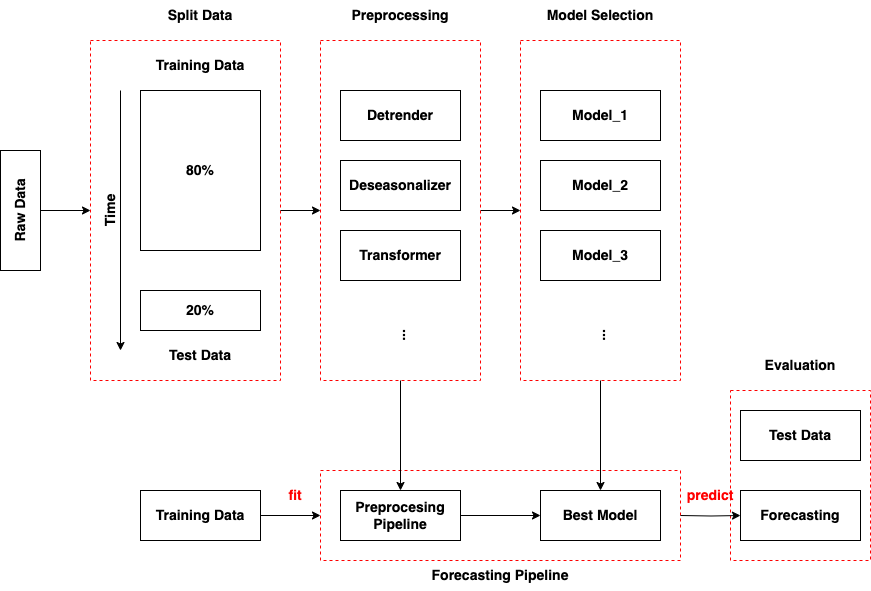
Before: DS/time_series/sktime/img/Forecasting_7.png, a diagram exported from draw.io (lin-chen-DLA/lin-chen-DLA.github.io). Source tidied: cells renumbered, new cells last; positions are measured from the earlier drawing's top-left corner, leaving out a move shared by most shapes.
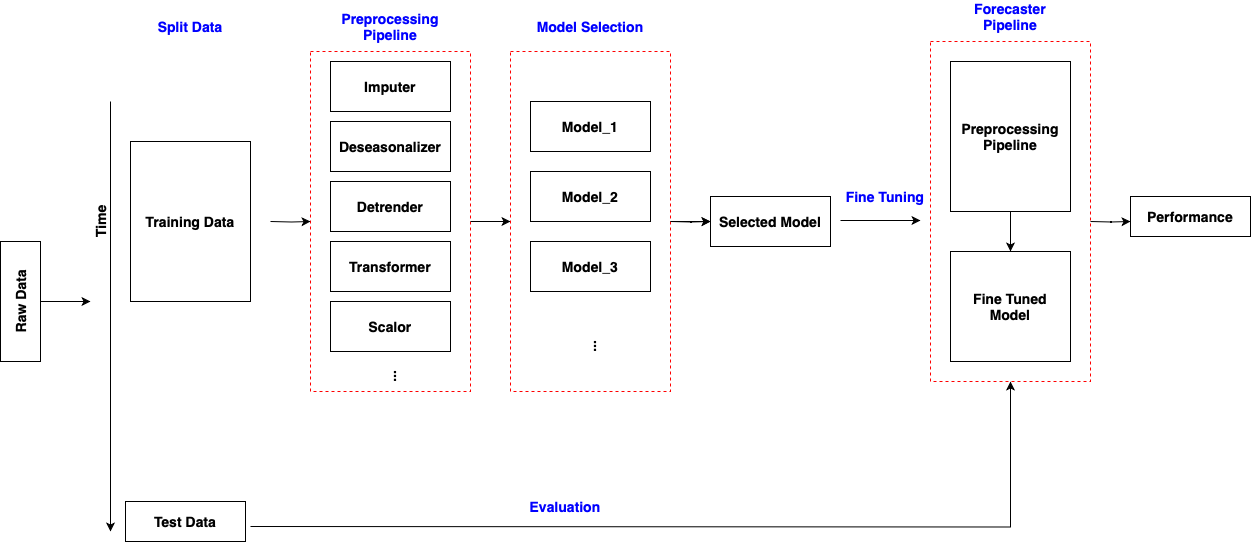
Later version of the same file.

Change to the diagram source:
```diff
@@ -2,61 +2,50 @@
   <root>
     <mxCell id="0" />
     <mxCell id="1" parent="0" />
-    <mxCell id="2" style="rounded=0;whiteSpace=wrap;html=1;fillColor=none;dashed=1;strokeColor=#FF0000;" parent="1" vertex="1">
-      <mxGeometry x="360" y="470" width="360" height="90" as="geometry" />
-    </mxCell>
-    <mxCell id="3" style="rounded=0;whiteSpace=wrap;html=1;fillColor=none;dashed=1;strokeColor=#FF0000;" parent="1" vertex="1">
-      <mxGeometry x="770" y="390" width="140" height="170" as="geometry" />
-    </mxCell>
-    <mxCell id="4" style="rounded=0;whiteSpace=wrap;html=1;fillColor=none;dashed=1;strokeColor=#FF0000;" parent="1" vertex="1">
-      <mxGeometry x="130" y="40" width="190" height="340" as="geometry" />
-    </mxCell>
+    <mxCell id="42" style="rounded=0;whiteSpace=wrap;html=1;fillColor=none;dashed=1;strokeColor=#FF0000;" parent="1" vertex="1">
+      <mxGeometry x="980" y="30" width="160" height="340" as="geometry" />
+    </mxCell>
+    <mxCell id="18" style="rounded=0;whiteSpace=wrap;html=1;fillColor=none;dashed=1;strokeColor=#FF0000;" parent="1" vertex="1">
+      <mxGeometry x="360" y="40" width="160" height="340" as="geometry" />
+    </mxCell>
-    <mxCell id="5" style="edgeStyle=orthogonalEdgeStyle;rounded=0;jettySize=auto;html=1;entryX=0;entryY=0.5;entryDx=0;entryDy=0;" parent="1" edge="1" source="6" target="4">
-      <mxGeometry relative="1" as="geometry" />
+    <mxCell id="5" style="edgeStyle=orthogonalEdgeStyle;rounded=0;jettySize=auto;html=1;entryX=0;entryY=0.5;entryDx=0;entryDy=0;" parent="1" edge="1" source="6">
+      <mxGeometry relative="1" as="geometry">
+        <mxPoint x="140" y="290" as="targetPoint" />
+      </mxGeometry>
     </mxCell>
     <mxCell id="6" value="&lt;font style=&quot;font-size: 14px;&quot;&gt;&lt;b&gt;Raw Data&lt;/b&gt;&lt;/font&gt;" style="rounded=0;whiteSpace=wrap;html=1;rotation=-90;" parent="1" vertex="1">
-      <mxGeometry y="190" width="120" height="40" as="geometry" />
+      <mxGeometry x="10" y="270" width="120" height="40" as="geometry" />
     </mxCell>
-    <mxCell id="7" value="&lt;span style=&quot;font-size: 14px;&quot;&gt;&lt;b&gt;80%&lt;/b&gt;&lt;/span&gt;" style="rounded=0;whiteSpace=wrap;html=1;" parent="1" vertex="1">
-      <mxGeometry x="180" y="90" width="120" height="160" as="geometry" />
+    <mxCell id="7" value="&lt;span style=&quot;font-size: 14px;&quot;&gt;&lt;b&gt;Training Data&lt;/b&gt;&lt;/span&gt;" style="rounded=0;whiteSpace=wrap;html=1;" parent="1" vertex="1">
+      <mxGeometry x="180" y="130" width="120" height="160" as="geometry" />
     </mxCell>
-    <mxCell id="8" value="&lt;span style=&quot;font-size: 14px;&quot;&gt;&lt;b&gt;20%&lt;/b&gt;&lt;/span&gt;" style="rounded=0;whiteSpace=wrap;html=1;" parent="1" vertex="1">
-      <mxGeometry x="180" y="290" width="120" height="40" as="geometry" />
+    <mxCell id="8" value="&lt;span style=&quot;font-size: 14px;&quot;&gt;&lt;b&gt;Test Data&lt;/b&gt;&lt;/span&gt;" style="rounded=0;whiteSpace=wrap;html=1;" parent="1" vertex="1">
+      <mxGeometry x="175" y="490" width="120" height="40" as="geometry" />
     </mxCell>
-    <mxCell id="9" value="&lt;font style=&quot;font-size: 14px;&quot;&gt;&lt;b&gt;Training Data&lt;/b&gt;&lt;/font&gt;" style="text;html=1;strokeColor=none;fillColor=none;align=center;verticalAlign=middle;whiteSpace=wrap;rounded=0;" parent="1" vertex="1">
-      <mxGeometry x="185" y="50" width="110" height="30" as="geometry" />
-    </mxCell>
-    <mxCell id="10" value="&lt;font style=&quot;font-size: 14px;&quot;&gt;&lt;b&gt;Test Data&lt;/b&gt;&lt;/font&gt;" style="text;html=1;strokeColor=none;fillColor=none;align=center;verticalAlign=middle;whiteSpace=wrap;rounded=0;" parent="1" vertex="1">
-      <mxGeometry x="185" y="340" width="110" height="30" as="geometry" />
-    </mxCell>
     <mxCell id="11" value="&lt;b&gt;&lt;font style=&quot;font-size: 14px;&quot;&gt;Detrender&lt;/font&gt;&lt;/b&gt;" style="rounded=0;whiteSpace=wrap;html=1;" parent="1" vertex="1">
-      <mxGeometry x="380" y="90" width="120" height="50" as="geometry" />
+      <mxGeometry x="380" y="170" width="120" height="50" as="geometry" />
     </mxCell>
-    <mxCell id="12" style="edgeStyle=orthogonalEdgeStyle;rounded=0;jettySize=auto;html=1;entryX=0;entryY=0.5;entryDx=0;entryDy=0;" parent="1" edge="1" source="4" target="18">
-      <mxGeometry relative="1" as="geometry" />
+    <mxCell id="12" style="edgeStyle=orthogonalEdgeStyle;rounded=0;jettySize=auto;html=1;entryX=0;entryY=0.5;entryDx=0;entryDy=0;" parent="1" edge="1" target="18">
+      <mxGeometry relative="1" as="geometry">
+        <mxPoint x="320" y="210" as="sourcePoint" />
+      </mxGeometry>
     </mxCell>
     <mxCell id="13" value="&lt;b&gt;&lt;font style=&quot;font-size: 14px;&quot;&gt;Deseasonalizer&lt;/font&gt;&lt;/b&gt;" style="rounded=0;whiteSpace=wrap;html=1;" parent="1" vertex="1">
-      <mxGeometry x="380" y="160" width="120" height="50" as="geometry" />
+      <mxGeometry x="380" y="110" width="120" height="50" as="geometry" />
     </mxCell>
     <mxCell id="14" value="&lt;b&gt;&lt;font style=&quot;font-size: 14px;&quot;&gt;Transformer&lt;/font&gt;&lt;/b&gt;" style="rounded=0;whiteSpace=wrap;html=1;" parent="1" vertex="1">
       <mxGeometry x="380" y="230" width="120" height="50" as="geometry" />
     </mxCell>
     <mxCell id="15" value="&lt;font style=&quot;font-size: 14px;&quot;&gt;&lt;b&gt;...&lt;/b&gt;&lt;/font&gt;" style="text;html=1;strokeColor=none;fillColor=none;align=center;verticalAlign=middle;whiteSpace=wrap;rounded=0;rotation=-90;" parent="1" vertex="1">
-      <mxGeometry x="410" y="320" width="60" height="30" as="geometry" />
+      <mxGeometry x="425" y="350" width="30" height="30" as="geometry" />
     </mxCell>
     <mxCell id="16" style="edgeStyle=orthogonalEdgeStyle;rounded=0;jettySize=auto;html=1;entryX=0;entryY=0.5;entryDx=0;entryDy=0;" parent="1" edge="1" source="18" target="26">
       <mxGeometry relative="1" as="geometry" />
     </mxCell>
-    <mxCell id="17" style="edgeStyle=orthogonalEdgeStyle;rounded=0;jettySize=auto;html=1;entryX=0.5;entryY=0;entryDx=0;entryDy=0;" parent="1" edge="1" source="18" target="30">
-      <mxGeometry relative="1" as="geometry" />
-    </mxCell>
-    <mxCell id="18" style="rounded=0;whiteSpace=wrap;html=1;fillColor=none;dashed=1;strokeColor=#FF0000;" parent="1" vertex="1">
-      <mxGeometry x="360" y="40" width="160" height="340" as="geometry" />
-    </mxCell>
-    <mxCell id="19" value="&lt;font style=&quot;font-size: 14px;&quot;&gt;&lt;b&gt;Split Data&lt;/b&gt;&lt;/font&gt;" style="text;html=1;strokeColor=none;fillColor=none;align=center;verticalAlign=middle;whiteSpace=wrap;rounded=0;" parent="1" vertex="1">
+    <mxCell id="19" value="&lt;font color=&quot;#0000ff&quot; style=&quot;font-size: 14px;&quot;&gt;&lt;b&gt;Split Data&lt;/b&gt;&lt;/font&gt;" style="text;html=1;strokeColor=none;fillColor=none;align=center;verticalAlign=middle;whiteSpace=wrap;rounded=0;" parent="1" vertex="1">
       <mxGeometry x="200" width="80" height="30" as="geometry" />
     </mxCell>
-    <mxCell id="20" value="&lt;font style=&quot;font-size: 14px;&quot;&gt;&lt;b&gt;Preprocessing&lt;/b&gt;&lt;/font&gt;" style="text;html=1;strokeColor=none;fillColor=none;align=center;verticalAlign=middle;whiteSpace=wrap;rounded=0;" parent="1" vertex="1">
+    <mxCell id="20" value="&lt;font color=&quot;#0000ff&quot; style=&quot;font-size: 14px;&quot;&gt;&lt;b&gt;Preprocessing Pipeline&lt;/b&gt;&lt;/font&gt;" style="text;html=1;strokeColor=none;fillColor=none;align=center;verticalAlign=middle;whiteSpace=wrap;rounded=0;" parent="1" vertex="1">
       <mxGeometry x="400" width="80" height="30" as="geometry" />
     </mxCell>
     <mxCell id="21" value="&lt;b&gt;&lt;font style=&quot;font-size: 14px;&quot;&gt;Model_1&lt;/font&gt;&lt;/b&gt;" style="rounded=0;whiteSpace=wrap;html=1;" parent="1" vertex="1">
@@ -71,61 +60,76 @@
     <mxCell id="24" value="&lt;font style=&quot;font-size: 14px;&quot;&gt;&lt;b&gt;...&lt;/b&gt;&lt;/font&gt;" style="text;html=1;strokeColor=none;fillColor=none;align=center;verticalAlign=middle;whiteSpace=wrap;rounded=0;rotation=-90;" parent="1" vertex="1">
       <mxGeometry x="610" y="320" width="60" height="30" as="geometry" />
     </mxCell>
-    <mxCell id="25" style="edgeStyle=orthogonalEdgeStyle;rounded=0;jettySize=auto;html=1;entryX=0.5;entryY=0;entryDx=0;entryDy=0;" parent="1" edge="1" source="26" target="28">
-      <mxGeometry relative="1" as="geometry" />
-    </mxCell>
+    <mxCell id="43" style="edgeStyle=orthogonalEdgeStyle;rounded=0;jettySize=auto;html=1;" parent="1" edge="1" source="26" target="46">
+      <mxGeometry relative="1" as="geometry" />
+    </mxCell>
     <mxCell id="26" style="rounded=0;whiteSpace=wrap;html=1;fillColor=none;dashed=1;strokeColor=#FF0000;" parent="1" vertex="1">
       <mxGeometry x="560" y="40" width="160" height="340" as="geometry" />
     </mxCell>
-    <mxCell id="27" value="&lt;font style=&quot;font-size: 14px;&quot;&gt;&lt;b&gt;Model Selection&lt;/b&gt;&lt;/font&gt;" style="text;html=1;strokeColor=none;fillColor=none;align=center;verticalAlign=middle;whiteSpace=wrap;rounded=0;" parent="1" vertex="1">
+    <mxCell id="27" value="&lt;font color=&quot;#0000ff&quot; style=&quot;font-size: 14px;&quot;&gt;&lt;b&gt;Model Selection&lt;/b&gt;&lt;/font&gt;" style="text;html=1;strokeColor=none;fillColor=none;align=center;verticalAlign=middle;whiteSpace=wrap;rounded=0;" parent="1" vertex="1">
       <mxGeometry x="585" width="110" height="30" as="geometry" />
     </mxCell>
-    <mxCell id="28" value="&lt;span style=&quot;font-size: 14px;&quot;&gt;&lt;b&gt;Best Model&lt;/b&gt;&lt;/span&gt;" style="rounded=0;whiteSpace=wrap;html=1;" parent="1" vertex="1">
-      <mxGeometry x="580" y="490" width="120" height="50" as="geometry" />
-    </mxCell>
-    <mxCell id="29" style="edgeStyle=orthogonalEdgeStyle;rounded=0;jettySize=auto;html=1;" parent="1" edge="1" source="30" target="28">
-      <mxGeometry relative="1" as="geometry" />
-    </mxCell>
-    <mxCell id="30" value="&lt;span style=&quot;font-size: 14px;&quot;&gt;&lt;b&gt;Preprocesing Pipeline&lt;/b&gt;&lt;/span&gt;" style="rounded=0;whiteSpace=wrap;html=1;" parent="1" vertex="1">
-      <mxGeometry x="380" y="490" width="120" height="50" as="geometry" />
-    </mxCell>
-    <mxCell id="31" style="edgeStyle=orthogonalEdgeStyle;rounded=0;jettySize=auto;html=1;" parent="1" edge="1" source="32" target="2">
-      <mxGeometry relative="1" as="geometry" />
+    <mxCell id="31" style="edgeStyle=orthogonalEdgeStyle;rounded=0;jettySize=auto;html=1;entryX=0.5;entryY=1;entryDx=0;entryDy=0;" parent="1" edge="1" target="42">
+      <mxGeometry relative="1" as="geometry">
+        <mxPoint x="300" y="515" as="sourcePoint" />
+      </mxGeometry>
     </mxCell>
-    <mxCell id="32" value="&lt;span style=&quot;font-size: 14px;&quot;&gt;&lt;b&gt;Training Data&lt;/b&gt;&lt;/span&gt;" style="rounded=0;whiteSpace=wrap;html=1;" parent="1" vertex="1">
-      <mxGeometry x="180" y="490" width="120" height="50" as="geometry" />
-    </mxCell>
-    <mxCell id="33" style="edgeStyle=orthogonalEdgeStyle;rounded=0;jettySize=auto;html=1;entryX=0;entryY=0.5;entryDx=0;entryDy=0;" parent="1" edge="1" target="34">
-      <mxGeometry relative="1" as="geometry">
-        <mxPoint x="720" y="515" as="sourcePoint" />
-      </mxGeometry>
-    </mxCell>
-    <mxCell id="34" value="&lt;b style=&quot;border-color: var(--border-color); font-size: 14px;&quot;&gt;Forecasting&lt;/b&gt;" style="rounded=0;whiteSpace=wrap;html=1;" parent="1" vertex="1">
-      <mxGeometry x="780" y="490" width="120" height="50" as="geometry" />
-    </mxCell>
-    <mxCell id="35" value="&lt;font color=&quot;#ff0000&quot; style=&quot;font-size: 14px;&quot;&gt;&lt;b&gt;fit&lt;/b&gt;&lt;/font&gt;" style="text;html=1;strokeColor=none;fillColor=none;align=center;verticalAlign=middle;whiteSpace=wrap;rounded=0;" parent="1" vertex="1">
-      <mxGeometry x="305" y="480" width="60" height="30" as="geometry" />
-    </mxCell>
-    <mxCell id="36" value="&lt;font color=&quot;#ff0000&quot; style=&quot;font-size: 14px;&quot;&gt;&lt;b&gt;predict&lt;/b&gt;&lt;/font&gt;" style="text;html=1;strokeColor=none;fillColor=none;align=center;verticalAlign=middle;whiteSpace=wrap;rounded=0;" parent="1" vertex="1">
-      <mxGeometry x="720" y="480" width="60" height="30" as="geometry" />
-    </mxCell>
     <mxCell id="37" style="endArrow=classic;html=1;rounded=0;" parent="1" edge="1">
       <mxGeometry relative="1" as="geometry">
         <mxPoint x="160" y="90" as="sourcePoint" />
-        <mxPoint x="160" y="350" as="targetPoint" />
+        <mxPoint x="160" y="520" as="targetPoint" />
       </mxGeometry>
     </mxCell>
     <mxCell id="38" value="&lt;font style=&quot;font-size: 14px;&quot;&gt;&lt;b&gt;Time&lt;/b&gt;&lt;/font&gt;" style="text;html=1;strokeColor=none;fillColor=none;align=center;verticalAlign=middle;whiteSpace=wrap;rounded=0;rotation=-90;" parent="1" vertex="1">
       <mxGeometry x="120" y="195" width="60" height="30" as="geometry" />
     </mxCell>
-    <mxCell id="39" value="&lt;b style=&quot;border-color: var(--border-color); font-size: 14px;&quot;&gt;Test Data&lt;/b&gt;" style="rounded=0;whiteSpace=wrap;html=1;" parent="1" vertex="1">
-      <mxGeometry x="780" y="410" width="120" height="50" as="geometry" />
-    </mxCell>
+    <mxCell id="44" value="&lt;b&gt;&lt;font style=&quot;font-size: 14px;&quot;&gt;Imputer&lt;/font&gt;&lt;/b&gt;" style="rounded=0;whiteSpace=wrap;html=1;" parent="1" vertex="1">
+      <mxGeometry x="380" y="50" width="120" height="50" as="geometry" />
+    </mxCell>
+    <mxCell id="45" value="&lt;b&gt;&lt;font style=&quot;font-size: 14px;&quot;&gt;Scalor&lt;/font&gt;&lt;/b&gt;" style="rounded=0;whiteSpace=wrap;html=1;" parent="1" vertex="1">
+      <mxGeometry x="380" y="290" width="120" height="50" as="geometry" />
+    </mxCell>
+    <mxCell id="46" value="&lt;span style=&quot;font-size: 14px;&quot;&gt;&lt;b&gt;Selected Model&lt;/b&gt;&lt;/span&gt;" style="rounded=0;whiteSpace=wrap;html=1;" parent="1" vertex="1">
+      <mxGeometry x="760" y="185" width="120" height="50" as="geometry" />
+    </mxCell>
+    <mxCell id="47" value="&lt;font color=&quot;#0000ff&quot; style=&quot;font-size: 14px;&quot;&gt;&lt;b&gt;Fine Tuning&lt;/b&gt;&lt;/font&gt;" style="text;html=1;strokeColor=none;fillColor=none;align=center;verticalAlign=middle;whiteSpace=wrap;rounded=0;" parent="1" vertex="1">
+      <mxGeometry x="880" y="170" width="110" height="30" as="geometry" />
+    </mxCell>
+    <mxCell id="48" style="edgeStyle=orthogonalEdgeStyle;rounded=0;orthogonalLoop=1;jettySize=auto;html=1;entryX=0;entryY=0.5;entryDx=0;entryDy=0;" parent="1" edge="1">
+      <mxGeometry relative="1" as="geometry">
+        <mxPoint x="720" y="210" as="sourcePoint" />
+        <mxPoint x="760" y="210" as="targetPoint" />
+      </mxGeometry>
+    </mxCell>
+    <mxCell id="49" style="edgeStyle=orthogonalEdgeStyle;rounded=0;jettySize=auto;html=1;exitX=0.5;exitY=1;exitDx=0;exitDy=0;entryX=0.5;entryY=0;entryDx=0;entryDy=0;" parent="1" edge="1" source="50" target="51">
+      <mxGeometry relative="1" as="geometry" />
+    </mxCell>
+    <mxCell id="50" value="&lt;b&gt;&lt;font style=&quot;font-size: 14px;&quot;&gt;Preprocessing Pipeline&lt;/font&gt;&lt;/b&gt;" style="rounded=0;whiteSpace=wrap;html=1;" parent="1" vertex="1">
+      <mxGeometry x="1000" y="50" width="120" height="150" as="geometry" />
+    </mxCell>
+    <mxCell id="51" value="&lt;span style=&quot;font-size: 14px;&quot;&gt;&lt;b&gt;Fine Tuned&lt;/b&gt;&lt;/span&gt;&lt;div&gt;&lt;span style=&quot;font-size: 14px;&quot;&gt;&lt;b&gt;Model&lt;/b&gt;&lt;/span&gt;&lt;/div&gt;" style="rounded=0;whiteSpace=wrap;html=1;" parent="1" vertex="1">
+      <mxGeometry x="1000" y="240" width="120" height="110" as="geometry" />
+    </mxCell>
+    <mxCell id="52" value="&lt;font color=&quot;#0000ff&quot; style=&quot;font-size: 14px;&quot;&gt;&lt;b&gt;Forecaster Pipeline&lt;/b&gt;&lt;/font&gt;" style="text;html=1;strokeColor=none;fillColor=none;align=center;verticalAlign=middle;whiteSpace=wrap;rounded=0;" parent="1" vertex="1">
+      <mxGeometry x="1005" y="-10" width="110" height="30" as="geometry" />
+    </mxCell>
+    <mxCell id="53" style="edgeStyle=orthogonalEdgeStyle;rounded=0;orthogonalLoop=1;jettySize=auto;html=1;" parent="1" edge="1">
+      <mxGeometry relative="1" as="geometry">
+        <mxPoint x="890" y="209" as="sourcePoint" />
+        <mxPoint x="970" y="209" as="targetPoint" />
+      </mxGeometry>
+    </mxCell>
-    <mxCell id="40" value="&lt;font style=&quot;font-size: 14px;&quot;&gt;&lt;b&gt;Evaluation&lt;/b&gt;&lt;/font&gt;" style="text;html=1;strokeColor=none;fillColor=none;align=center;verticalAlign=middle;whiteSpace=wrap;rounded=0;" parent="1" vertex="1">
-      <mxGeometry x="800" y="350" width="80" height="30" as="geometry" />
+    <mxCell id="40" value="&lt;font color=&quot;#0000ff&quot; style=&quot;font-size: 14px;&quot;&gt;&lt;b&gt;Evaluation&lt;/b&gt;&lt;/font&gt;" style="text;html=1;strokeColor=none;fillColor=none;align=center;verticalAlign=middle;whiteSpace=wrap;rounded=0;" parent="1" vertex="1">
+      <mxGeometry x="560" y="480" width="110" height="30" as="geometry" />
     </mxCell>
-    <mxCell id="41" value="&lt;font style=&quot;font-size: 14px;&quot;&gt;&lt;b&gt;Forecasting Pipeline&lt;/b&gt;&lt;/font&gt;" style="text;html=1;strokeColor=none;fillColor=none;align=center;verticalAlign=middle;whiteSpace=wrap;rounded=0;" parent="1" vertex="1">
-      <mxGeometry x="450" y="560" width="180" height="30" as="geometry" />
-    </mxCell>
+    <mxCell id="54" value="&lt;span style=&quot;font-size: 14px;&quot;&gt;&lt;b&gt;Performance&lt;/b&gt;&lt;/span&gt;" style="rounded=0;whiteSpace=wrap;html=1;" parent="1" vertex="1">
+      <mxGeometry x="1180" y="185" width="120" height="40" as="geometry" />
+    </mxCell>
+    <mxCell id="55" style="edgeStyle=orthogonalEdgeStyle;rounded=0;orthogonalLoop=1;jettySize=auto;html=1;entryX=0;entryY=0.5;entryDx=0;entryDy=0;" parent="1" edge="1">
+      <mxGeometry relative="1" as="geometry">
+        <mxPoint x="1140" y="210" as="sourcePoint" />
+        <mxPoint x="1180" y="210" as="targetPoint" />
+      </mxGeometry>
+    </mxCell>
   </root>
 </mxGraphModel>
```
